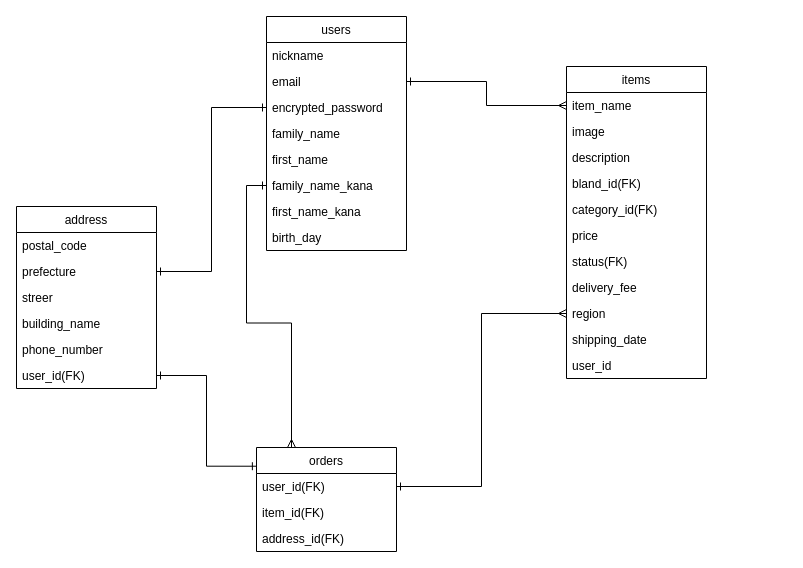
Before: furima.ER/furima.dio in hashimo1216/furima-36574, a draw.io diagram. Source tidied: cells renumbered, new cells numbered last; positions are measured from the earlier drawing's top-left corner, leaving out a move shared by most shapes. Both pictures are drawn from the tidied source at 100%, with x=0, y=0 at pixel (16, 16).
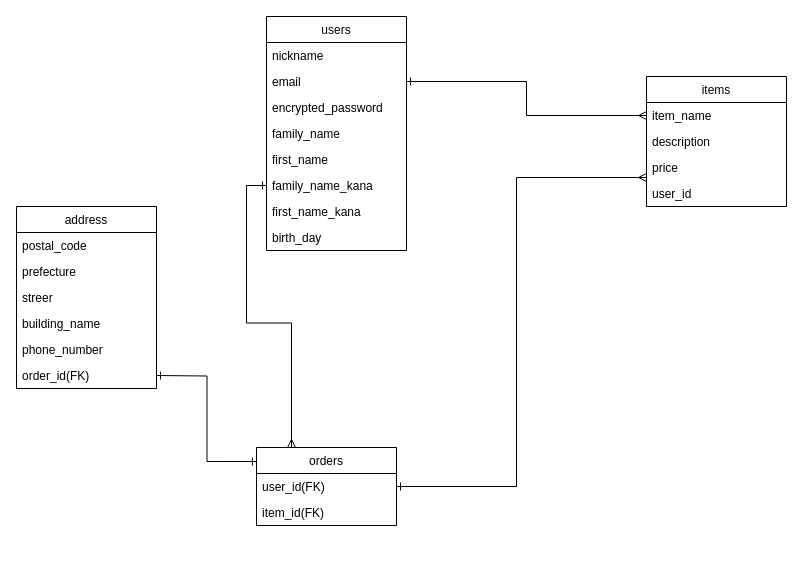
The same diagram, later.

Commit message (it also covers changes not shown here):
データベース修正

The change refers to these unchanged cells:
```xml
<mxCell id="5" value="encrypted_password" style="text;strokeColor=none;fillColor=none;align=left;verticalAlign=top;spacingLeft=4;spacingRight=4;overflow=hidden;points=[[0,0.5],[1,0.5]];portConstraint=eastwest;" parent="2" vertex="1">
  <mxGeometry y="78" width="140" height="26" as="geometry" />
</mxCell>
<mxCell id="24" value="user_id(FK)" style="text;strokeColor=none;fillColor=none;align=left;verticalAlign=top;spacingLeft=4;spacingRight=4;overflow=hidden;points=[[0,0.5],[1,0.5]];portConstraint=eastwest;" parent="23" vertex="1">
  <mxGeometry y="26" width="140" height="26" as="geometry" />
</mxCell>
<mxCell id="29" value="address" style="swimlane;fontStyle=0;horizontal=1;startSize=26;" parent="1" vertex="1">
  <mxGeometry y="190" width="140" height="182" as="geometry" />
</mxCell>
<mxCell id="31" value="prefecture" style="text;strokeColor=none;fillColor=none;align=left;verticalAlign=top;spacingLeft=4;spacingRight=4;overflow=hidden;points=[[0,0.5],[1,0.5]];portConstraint=eastwest;" parent="29" vertex="1">
  <mxGeometry y="52" width="140" height="26" as="geometry" />
</mxCell>
```

Diff of the diagram source:
```diff
@@
     <mxCell id="11" value="items" style="swimlane;fontStyle=0;horizontal=1;startSize=26;" parent="1" vertex="1">
-      <mxGeometry x="550" y="50" width="140" height="312" as="geometry" />
+      <mxGeometry x="630" y="60" width="140" height="130" as="geometry" />
     </mxCell>
@@
-    <mxCell id="13" value="image" style="text;strokeColor=none;fillColor=none;align=left;verticalAlign=top;spacingLeft=4;spacingRight=4;overflow=hidden;" parent="11" vertex="1">
-      <mxGeometry y="52" width="140" height="26" as="geometry" />
-    </mxCell>
     <mxCell id="14" value="description" style="text;strokeColor=none;fillColor=none;align=left;verticalAlign=top;spacingLeft=4;spacingRight=4;overflow=hidden;" parent="11" vertex="1">
-      <mxGeometry y="78" width="140" height="26" as="geometry" />
+      <mxGeometry y="52" width="140" height="26" as="geometry" />
     </mxCell>
-    <mxCell id="15" value="bland_id(FK)" style="text;strokeColor=none;fillColor=none;align=left;verticalAlign=top;spacingLeft=4;spacingRight=4;overflow=hidden;" parent="11" vertex="1">
-      <mxGeometry y="104" width="140" height="26" as="geometry" />
-    </mxCell>
-    <mxCell id="16" value="category_id(FK)" style="text;strokeColor=none;fillColor=none;align=left;verticalAlign=top;spacingLeft=4;spacingRight=4;overflow=hidden;" parent="11" vertex="1">
-      <mxGeometry y="130" width="140" height="26" as="geometry" />
-    </mxCell>
     <mxCell id="17" value="price" style="text;strokeColor=none;fillColor=none;align=left;verticalAlign=top;spacingLeft=4;spacingRight=4;overflow=hidden;" parent="11" vertex="1">
-      <mxGeometry y="156" width="140" height="26" as="geometry" />
+      <mxGeometry y="78" width="140" height="26" as="geometry" />
     </mxCell>
-    <mxCell id="18" value="status(FK)" style="text;strokeColor=none;fillColor=none;align=left;verticalAlign=top;spacingLeft=4;spacingRight=4;overflow=hidden;" parent="11" vertex="1">
-      <mxGeometry y="182" width="140" height="26" as="geometry" />
-    </mxCell>
-    <mxCell id="19" value="delivery_fee" style="text;strokeColor=none;fillColor=none;align=left;verticalAlign=top;spacingLeft=4;spacingRight=4;overflow=hidden;" parent="11" vertex="1">
-      <mxGeometry y="208" width="140" height="26" as="geometry" />
-    </mxCell>
-    <mxCell id="20" value="region" style="text;strokeColor=none;fillColor=none;align=left;verticalAlign=top;spacingLeft=4;spacingRight=4;overflow=hidden;points=[[0,0.5],[1,0.5]];portConstraint=eastwest;" parent="11" vertex="1">
-      <mxGeometry y="234" width="140" height="26" as="geometry" />
-    </mxCell>
-    <mxCell id="21" value="shipping_date" style="text;strokeColor=none;fillColor=none;align=left;verticalAlign=top;spacingLeft=4;spacingRight=4;overflow=hidden;" parent="11" vertex="1">
-      <mxGeometry y="260" width="140" height="26" as="geometry" />
-    </mxCell>
     <mxCell id="22" value="user_id" style="text;strokeColor=none;fillColor=none;align=left;verticalAlign=top;spacingLeft=4;spacingRight=4;overflow=hidden;" parent="11" vertex="1">
-      <mxGeometry y="286" width="140" height="26" as="geometry" />
+      <mxGeometry y="104" width="140" height="26" as="geometry" />
     </mxCell>
     <mxCell id="23" value="orders" style="swimlane;fontStyle=0;horizontal=1;startSize=26;" parent="1" vertex="1">
-      <mxGeometry x="240" y="431" width="140" height="104" as="geometry" />
+      <mxGeometry x="240" y="431" width="140" height="78" as="geometry" />
     </mxCell>
@@
-    <mxCell id="26" value="address_id(FK)" style="text;strokeColor=none;fillColor=none;align=left;verticalAlign=top;spacingLeft=4;spacingRight=4;overflow=hidden;" parent="23" vertex="1">
-      <mxGeometry y="78" width="140" height="26" as="geometry" />
-    </mxCell>
@@
-    <mxCell id="35" value="user_id(FK)" style="text;strokeColor=none;fillColor=none;align=left;verticalAlign=top;spacingLeft=4;spacingRight=4;overflow=hidden;points=[[0,0.5],[1,0.5]];portConstraint=eastwest;" parent="29" vertex="1">
-      <mxGeometry y="156" width="140" height="26" as="geometry" />
-    </mxCell>
-    <mxCell id="36" style="edgeStyle=orthogonalEdgeStyle;rounded=0;jettySize=auto;html=1;exitX=1;exitY=0.5;exitDx=0;exitDy=0;entryX=0;entryY=0.5;entryDx=0;entryDy=0;startArrow=ERone;startFill=0;endArrow=ERone;endFill=0;strokeWidth=1;" parent="1" edge="1" source="31" target="5">
-      <mxGeometry relative="1" as="geometry" />
-    </mxCell>
+    <mxCell id="39" value="order_id(FK)" style="text;strokeColor=none;fillColor=none;align=left;verticalAlign=top;spacingLeft=4;spacingRight=4;overflow=hidden;" parent="29" vertex="1">
+      <mxGeometry y="156" width="140" height="26" as="geometry" />
+    </mxCell>
-    <mxCell id="37" style="edgeStyle=orthogonalEdgeStyle;rounded=0;jettySize=auto;html=1;exitX=1;exitY=0.5;exitDx=0;exitDy=0;entryX=-0.001;entryY=0.18;entryDx=0;entryDy=0;entryPerimeter=0;startArrow=ERone;startFill=0;endArrow=ERone;endFill=0;strokeWidth=1;" parent="1" edge="1" source="35" target="23">
-      <mxGeometry relative="1" as="geometry" />
+    <mxCell id="37" style="edgeStyle=orthogonalEdgeStyle;rounded=0;jettySize=auto;html=1;exitX=1;exitY=0.5;exitDx=0;exitDy=0;entryX=-0.001;entryY=0.18;entryDx=0;entryDy=0;entryPerimeter=0;startArrow=ERone;startFill=0;endArrow=ERone;endFill=0;strokeWidth=1;" parent="1" edge="1" target="23">
+      <mxGeometry relative="1" as="geometry">
+        <mxPoint x="140" y="359" as="sourcePoint" />
+      </mxGeometry>
     </mxCell>
-    <mxCell id="38" style="edgeStyle=orthogonalEdgeStyle;rounded=0;jettySize=auto;html=1;exitX=1;exitY=0.5;exitDx=0;exitDy=0;entryX=0;entryY=0.5;entryDx=0;entryDy=0;endArrow=ERmany;endFill=0;startArrow=ERone;startFill=0;" parent="1" edge="1" source="24" target="20">
-      <mxGeometry relative="1" as="geometry" />
-    </mxCell>
+    <mxCell id="40" style="edgeStyle=orthogonalEdgeStyle;rounded=0;jettySize=auto;html=1;exitX=1;exitY=0.5;exitDx=0;exitDy=0;startArrow=ERone;startFill=0;endArrow=ERmany;endFill=0;" parent="1" edge="1" source="24">
+      <mxGeometry relative="1" as="geometry">
+        <mxPoint x="630" y="161" as="targetPoint" />
+        <Array as="points">
+          <mxPoint x="500" y="470" />
+          <mxPoint x="500" y="161" />
+        </Array>
+      </mxGeometry>
+    </mxCell>
```
